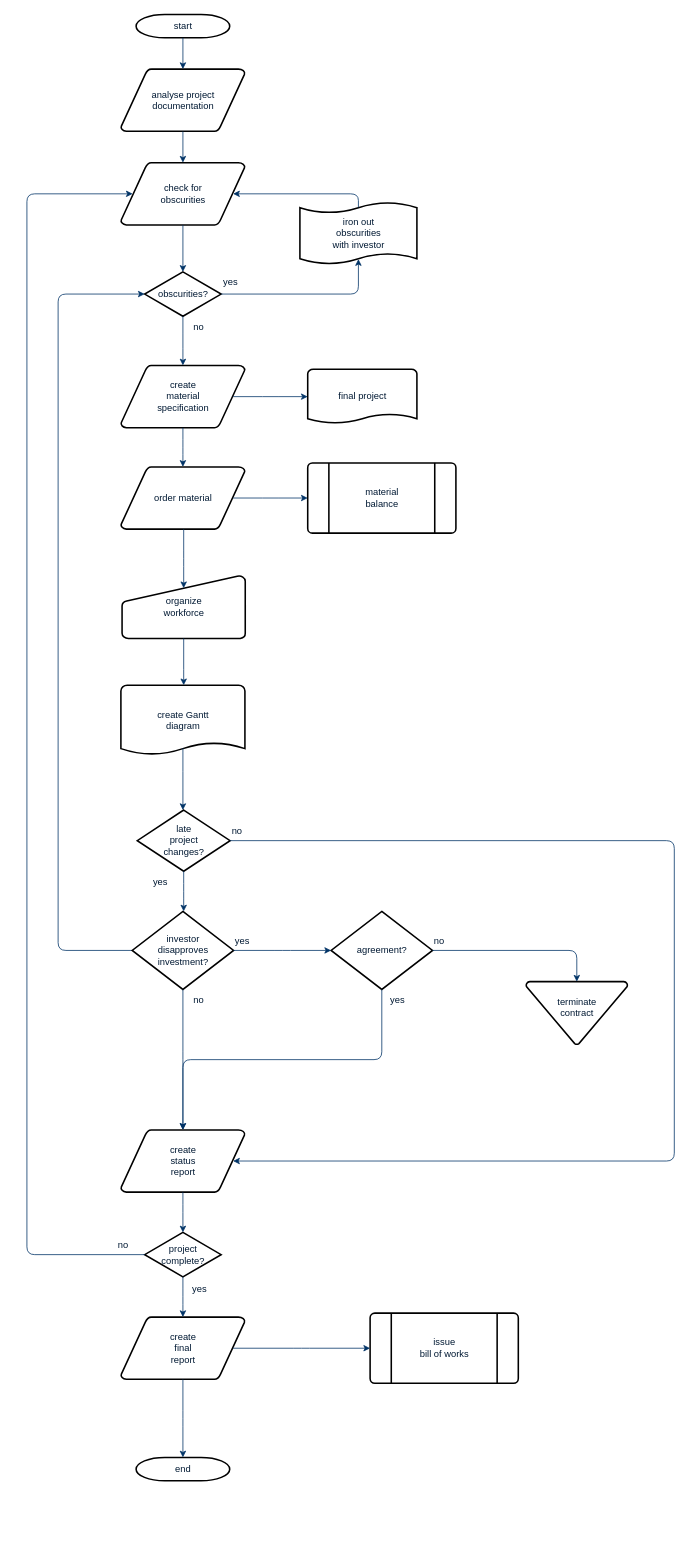
Above: 科室同步.drawio in beautyofsoul/drowio (draw.io), before the change. Source tidied: cells renumbered, new cells numbered last; positions are measured from the earlier drawing's top-left corner, leaving out a move shared by most shapes. Both pictures are drawn from the tidied source at 78%, with x=0, y=0 at pixel (27, 14).
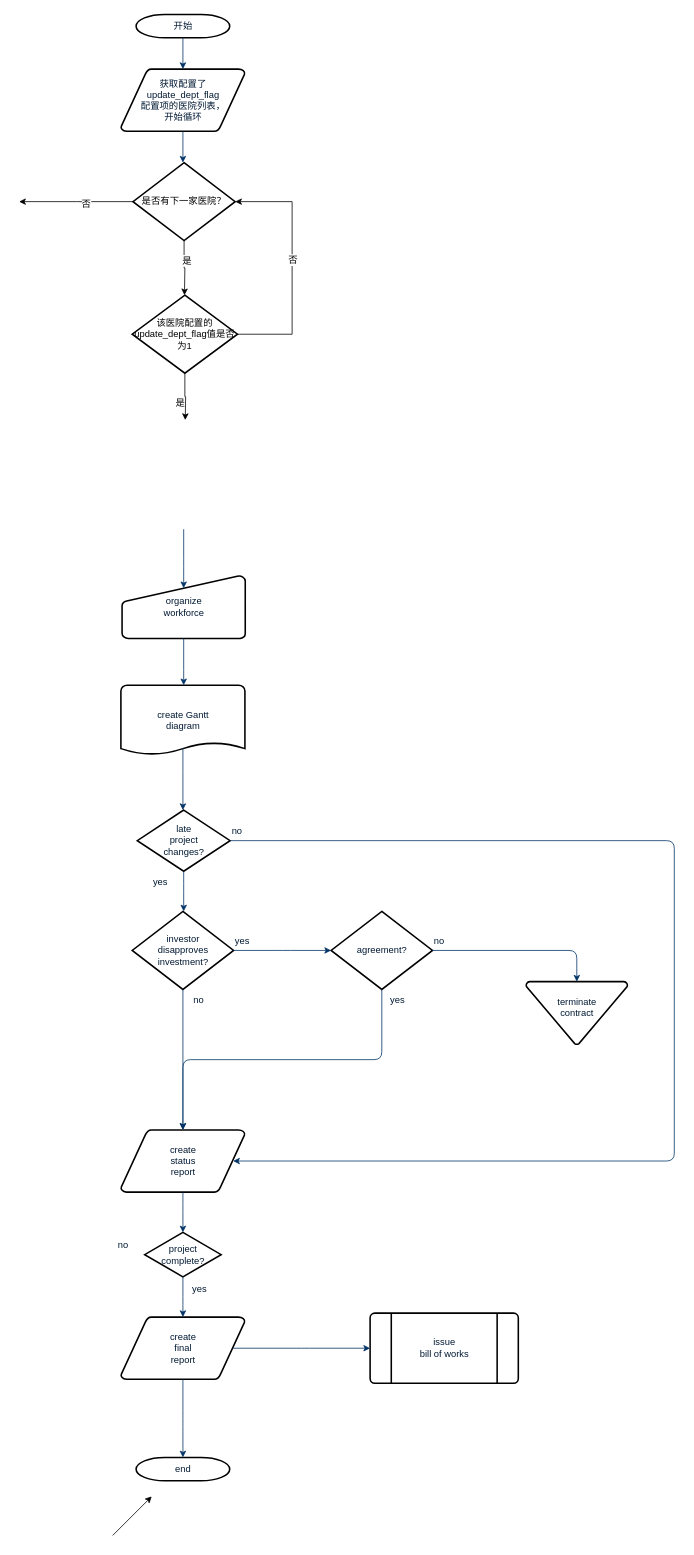
Above is the later version.

Commit message:
更新科室同步.drawio

Unchanged cells that the change refers to:
```xml
<mxCell id="20" value="organize &#10;workforce" style="shape=mxgraph.flowchart.manual_input;fillColor=#FFFFFF;strokeColor=#000000;strokeWidth=2;gradientColor=none;gradientDirection=north;fontColor=#001933;fontStyle=0;html=1;" parent="1" vertex="1">
  <mxGeometry x="122" y="720" width="158" height="80" as="geometry" />
</mxCell>
<mxCell id="28" value="investor&#10;disapproves&#10; investment?" style="shape=mxgraph.flowchart.decision;fillColor=#FFFFFF;strokeColor=#000000;strokeWidth=2;gradientColor=none;gradientDirection=north;fontColor=#001933;fontStyle=0;html=1;" parent="1" vertex="1">
  <mxGeometry x="135" y="1150" width="130" height="100" as="geometry" />
</mxCell>
<mxCell id="37" value="project&#10;complete?" style="shape=mxgraph.flowchart.decision;fillColor=#FFFFFF;strokeColor=#000000;strokeWidth=2;gradientColor=none;gradientDirection=north;fontColor=#001933;fontStyle=0;html=1;" parent="1" vertex="1">
  <mxGeometry x="151" y="1561.5" width="98" height="57" as="geometry" />
</mxCell>
```

What changed in the source:
```diff
@@
-    <mxCell id="2" value="start" style="shape=mxgraph.flowchart.terminator;fillColor=#FFFFFF;strokeColor=#000000;strokeWidth=2;gradientColor=none;gradientDirection=north;fontColor=#001933;fontStyle=0;html=1;" parent="1" vertex="1">
+    <mxCell id="2" value="开始" style="shape=mxgraph.flowchart.terminator;fillColor=#FFFFFF;strokeColor=#000000;strokeWidth=2;gradientColor=none;gradientDirection=north;fontColor=#001933;fontStyle=0;html=1;" parent="1" vertex="1">
       <mxGeometry x="140" width="120" height="30" as="geometry" />
     </mxCell>
-    <mxCell id="3" value="analyse project&#10; documentation" style="shape=mxgraph.flowchart.data;fillColor=#FFFFFF;strokeColor=#000000;strokeWidth=2;gradientColor=none;gradientDirection=north;fontColor=#001933;fontStyle=0;html=1;" parent="1" vertex="1">
+    <mxCell id="3" value="&lt;div&gt;获取配置了&lt;/div&gt;&lt;div&gt;update_dept_flag&lt;/div&gt;&lt;div&gt;配置项的医院列表，&lt;/div&gt;&lt;div&gt;开始循环&lt;br&gt;&lt;/div&gt;" style="shape=mxgraph.flowchart.data;fillColor=#FFFFFF;strokeColor=#000000;strokeWidth=2;gradientColor=none;gradientDirection=north;fontColor=#001933;fontStyle=0;html=1;" parent="1" vertex="1">
       <mxGeometry x="120.5" y="70" width="159" height="80" as="geometry" />
     </mxCell>
-    <mxCell id="4" value="create&#10;material&#10;specification" style="shape=mxgraph.flowchart.data;fillColor=#FFFFFF;strokeColor=#000000;strokeWidth=2;gradientColor=none;gradientDirection=north;fontColor=#001933;fontStyle=0;html=1;" parent="1" vertex="1">
-      <mxGeometry x="120.5" y="450" width="159" height="80" as="geometry" />
-    </mxCell>
-    <mxCell id="5" value="check for&#10;obscurities" style="shape=mxgraph.flowchart.data;fillColor=#FFFFFF;strokeColor=#000000;strokeWidth=2;gradientColor=none;gradientDirection=north;fontColor=#001933;fontStyle=0;html=1;" parent="1" vertex="1">
-      <mxGeometry x="120.5" y="190" width="159" height="80" as="geometry" />
-    </mxCell>
-    <mxCell id="6" value="obscurities?" style="shape=mxgraph.flowchart.decision;fillColor=#FFFFFF;strokeColor=#000000;strokeWidth=2;gradientColor=none;gradientDirection=north;fontColor=#001933;fontStyle=0;html=1;" parent="1" vertex="1">
-      <mxGeometry x="151" y="330" width="98" height="57" as="geometry" />
-    </mxCell>
@@
-    <mxCell id="8" style="fontColor=#001933;fontStyle=1;strokeColor=#003366;strokeWidth=1;html=1;" parent="1" edge="1" source="3" target="5">
-      <mxGeometry relative="1" as="geometry" />
+    <mxCell id="8" style="fontColor=#001933;fontStyle=1;strokeColor=#003366;strokeWidth=1;html=1;" parent="1" edge="1" source="3">
+      <mxGeometry relative="1" as="geometry">
+        <mxPoint x="200" y="190" as="targetPoint" />
+      </mxGeometry>
     </mxCell>
-    <mxCell id="9" style="entryX=0.5;entryY=0;entryPerimeter=0;fontColor=#001933;fontStyle=1;strokeColor=#003366;strokeWidth=1;html=1;" parent="1" edge="1" source="5" target="6">
-      <mxGeometry relative="1" as="geometry" />
-    </mxCell>
-    <mxCell id="10" style="edgeStyle=elbowEdgeStyle;elbow=horizontal;entryX=0.5;entryY=0.91;entryPerimeter=0;exitX=1;exitY=0.5;exitPerimeter=0;fontColor=#001933;fontStyle=1;strokeColor=#003366;strokeWidth=1;html=1;" parent="1" edge="1" source="6" target="51">
-      <mxGeometry x="381" y="28.5" as="geometry">
-        <Array as="points">
-          <mxPoint x="425" y="340" />
-        </Array>
-      </mxGeometry>
-    </mxCell>
-    <mxCell id="11" value="yes" style="text;fontColor=#001933;fontStyle=0;html=1;strokeColor=none;gradientColor=none;fillColor=none;strokeWidth=2;" parent="1" vertex="1">
-      <mxGeometry x="250" y="330" width="40" height="26" as="geometry" />
-    </mxCell>
-    <mxCell id="12" style="edgeStyle=elbowEdgeStyle;elbow=horizontal;fontColor=#001933;fontStyle=1;strokeColor=#003366;strokeWidth=1;html=1;" parent="1" edge="1" source="6" target="4">
-      <mxGeometry as="geometry" />
-    </mxCell>
-    <mxCell id="13" value="order material" style="shape=mxgraph.flowchart.data;fillColor=#FFFFFF;strokeColor=#000000;strokeWidth=2;gradientColor=none;gradientDirection=north;fontColor=#001933;fontStyle=0;html=1;" parent="1" vertex="1">
-      <mxGeometry x="120.5" y="580" width="159" height="80" as="geometry" />
-    </mxCell>
-    <mxCell id="14" value="no" style="text;fontColor=#001933;fontStyle=0;html=1;strokeColor=none;gradientColor=none;fillColor=none;strokeWidth=2;align=center;" parent="1" vertex="1">
-      <mxGeometry x="200" y="387" width="40" height="26" as="geometry" />
-    </mxCell>
-    <mxCell id="15" value="final project" style="shape=mxgraph.flowchart.document;fillColor=#FFFFFF;strokeColor=#000000;strokeWidth=2;gradientColor=none;gradientDirection=north;fontColor=#001933;fontStyle=0;html=1;" parent="1" vertex="1">
-      <mxGeometry x="360" y="455" width="140" height="70" as="geometry" />
-    </mxCell>
-    <mxCell id="16" style="edgeStyle=elbowEdgeStyle;elbow=horizontal;exitX=0.905;exitY=0.5;exitPerimeter=0;fontColor=#001933;fontStyle=1;strokeColor=#003366;strokeWidth=1;html=1;" parent="1" edge="1" source="4" target="15">
-      <mxGeometry as="geometry" />
-    </mxCell>
-    <mxCell id="17" style="edgeStyle=elbowEdgeStyle;elbow=horizontal;fontColor=#001933;fontStyle=1;strokeColor=#003366;strokeWidth=1;html=1;" parent="1" edge="1" source="4" target="13">
-      <mxGeometry as="geometry" />
-    </mxCell>
-    <mxCell id="18" value="material&#10;balance" style="shape=mxgraph.flowchart.predefined_process;fillColor=#FFFFFF;strokeColor=#000000;strokeWidth=2;gradientColor=none;gradientDirection=north;fontColor=#001933;fontStyle=0;html=1;" parent="1" vertex="1">
-      <mxGeometry x="360" y="575" width="190" height="90" as="geometry" />
-    </mxCell>
-    <mxCell id="19" style="edgeStyle=elbowEdgeStyle;elbow=horizontal;exitX=0.905;exitY=0.5;exitPerimeter=0;fontColor=#001933;fontStyle=1;strokeColor=#003366;strokeWidth=1;html=1;" parent="1" edge="1" source="13" target="18">
-      <mxGeometry as="geometry" />
-    </mxCell>
@@
-    <mxCell id="21" style="edgeStyle=elbowEdgeStyle;elbow=horizontal;entryX=0.5;entryY=0.195;entryPerimeter=0;fontColor=#001933;fontStyle=1;strokeColor=#003366;strokeWidth=1;html=1;" parent="1" edge="1" source="13" target="20">
-      <mxGeometry as="geometry" />
+    <mxCell id="21" style="edgeStyle=elbowEdgeStyle;elbow=horizontal;entryX=0.5;entryY=0.195;entryPerimeter=0;fontColor=#001933;fontStyle=1;strokeColor=#003366;strokeWidth=1;html=1;" parent="1" edge="1" target="20">
+      <mxGeometry as="geometry">
+        <mxPoint x="201" y="660" as="sourcePoint" />
+      </mxGeometry>
     </mxCell>
@@
-    <mxCell id="26" style="edgeStyle=elbowEdgeStyle;elbow=horizontal;exitX=0;exitY=0.5;exitPerimeter=0;entryX=0;entryY=0.5;entryPerimeter=0;fontColor=#001933;fontStyle=1;strokeColor=#003366;strokeWidth=1;html=1;" parent="1" edge="1" source="28" target="6">
-      <mxGeometry as="geometry">
-        <Array as="points">
-          <mxPoint x="40" y="790" />
-        </Array>
-      </mxGeometry>
-    </mxCell>
@@
-    <mxCell id="51" value="iron out&#10;obscurities &#10;with investor" style="shape=mxgraph.flowchart.paper_tape;fillColor=#FFFFFF;strokeColor=#000000;strokeWidth=2;gradientColor=none;gradientDirection=north;fontColor=#001933;fontStyle=0;html=1;" parent="1" vertex="1">
-      <mxGeometry x="350" y="240" width="150" height="81" as="geometry" />
-    </mxCell>
-    <mxCell id="52" style="edgeStyle=elbowEdgeStyle;elbow=horizontal;exitX=0.5;exitY=0.09;exitPerimeter=0;entryX=0.905;entryY=0.5;entryPerimeter=0;fontColor=#001933;fontStyle=1;strokeColor=#003366;strokeWidth=1;html=1;" parent="1" edge="1" source="51" target="5">
-      <mxGeometry as="geometry">
-        <Array as="points">
-          <mxPoint x="425" y="240" />
-        </Array>
-      </mxGeometry>
-    </mxCell>
@@
-    <mxCell id="54" style="edgeStyle=elbowEdgeStyle;elbow=horizontal;exitX=0;exitY=0.5;exitPerimeter=0;entryX=0.095;entryY=0.5;entryPerimeter=0;fontColor=#001933;fontStyle=1;strokeColor=#003366;strokeWidth=1;html=1;" parent="1" edge="1" source="37" target="5">
-      <mxGeometry as="geometry">
-        <Array as="points">
-          <mxPoint y="910" />
-        </Array>
-      </mxGeometry>
-    </mxCell>
@@
+    <mxCell id="56" style="edgeStyle=orthogonalEdgeStyle;rounded=0;jettySize=auto;html=1;exitX=0;exitY=0.5;exitDx=0;exitDy=0;exitPerimeter=0;" parent="1" edge="1" source="60">
+      <mxGeometry relative="1" as="geometry">
+        <mxPoint x="-10" y="240" as="targetPoint" />
+      </mxGeometry>
+    </mxCell>
+    <mxCell id="57" value="否" style="text;html=1;align=center;verticalAlign=middle;labelBackgroundColor=#ffffff;" parent="56" vertex="1">
+      <mxGeometry x="-0.17" y="2" relative="1" as="geometry" />
+    </mxCell>
+    <mxCell id="58" style="edgeStyle=orthogonalEdgeStyle;rounded=0;jettySize=auto;html=1;" parent="1" edge="1" source="60">
+      <mxGeometry relative="1" as="geometry">
+        <mxPoint x="202" y="360" as="targetPoint" />
+      </mxGeometry>
+    </mxCell>
+    <mxCell id="59" value="是" style="text;html=1;align=center;verticalAlign=middle;labelBackgroundColor=#ffffff;" parent="58" vertex="1">
+      <mxGeometry x="-0.29" y="3" relative="1" as="geometry" />
+    </mxCell>
+    <mxCell id="60" value="是否有下一家医院？" style="strokeWidth=2;html=1;shape=mxgraph.flowchart.decision;whiteSpace=wrap;" parent="1" vertex="1">
+      <mxGeometry x="136" y="190" width="131" height="100" as="geometry" />
+    </mxCell>
+    <mxCell id="61" style="endArrow=classic;html=1;" parent="1" edge="1">
+      <mxGeometry relative="1" as="geometry">
+        <mxPoint x="110" y="1950" as="sourcePoint" />
+        <mxPoint x="160" y="1900" as="targetPoint" />
+      </mxGeometry>
+    </mxCell>
+    <mxCell id="62" style="edgeStyle=orthogonalEdgeStyle;rounded=0;jettySize=auto;html=1;entryX=1;entryY=0.5;entryDx=0;entryDy=0;entryPerimeter=0;" parent="1" edge="1" source="65" target="60">
+      <mxGeometry relative="1" as="geometry">
+        <Array as="points">
+          <mxPoint x="340" y="410" />
+          <mxPoint x="340" y="240" />
+        </Array>
+      </mxGeometry>
+    </mxCell>
+    <mxCell id="63" value="否" style="text;html=1;align=center;verticalAlign=middle;labelBackgroundColor=#ffffff;" parent="62" vertex="1">
+      <mxGeometry x="0.06" relative="1" as="geometry" />
+    </mxCell>
+    <mxCell id="64" style="edgeStyle=orthogonalEdgeStyle;rounded=0;jettySize=auto;html=1;" parent="1" edge="1" source="65">
+      <mxGeometry relative="1" as="geometry">
+        <mxPoint x="203" y="520" as="targetPoint" />
+      </mxGeometry>
+    </mxCell>
+    <mxCell id="65" value="该医院配置的&lt;div&gt;update_dept_flag值是否为1&lt;/div&gt;" style="strokeWidth=2;html=1;shape=mxgraph.flowchart.decision;whiteSpace=wrap;" parent="1" vertex="1">
+      <mxGeometry x="135" y="360" width="135" height="100" as="geometry" />
+    </mxCell>
+    <mxCell id="66" value="是" style="text;html=1;align=left;verticalAlign=top;spacingTop=-4;" parent="1" vertex="1">
+      <mxGeometry x="189" y="489" width="30" height="20" as="geometry" />
+    </mxCell>
```
